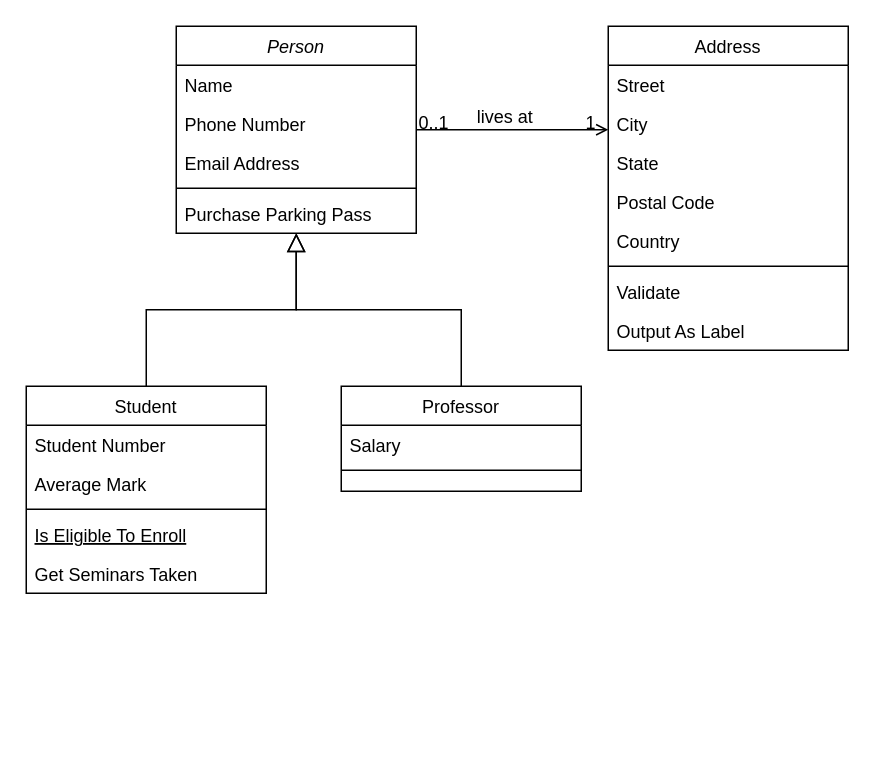
Before: 未命名绘图.drawio in YuanyaoZHU/StaticAnalysis, a draw.io diagram. Source tidied: cells renumbered, new cells numbered last; positions are measured from the earlier drawing's top-left corner, leaving out a move shared by most shapes. Both pictures are drawn from the tidied source at 150%, with x=0, y=0 at pixel (26, 26).
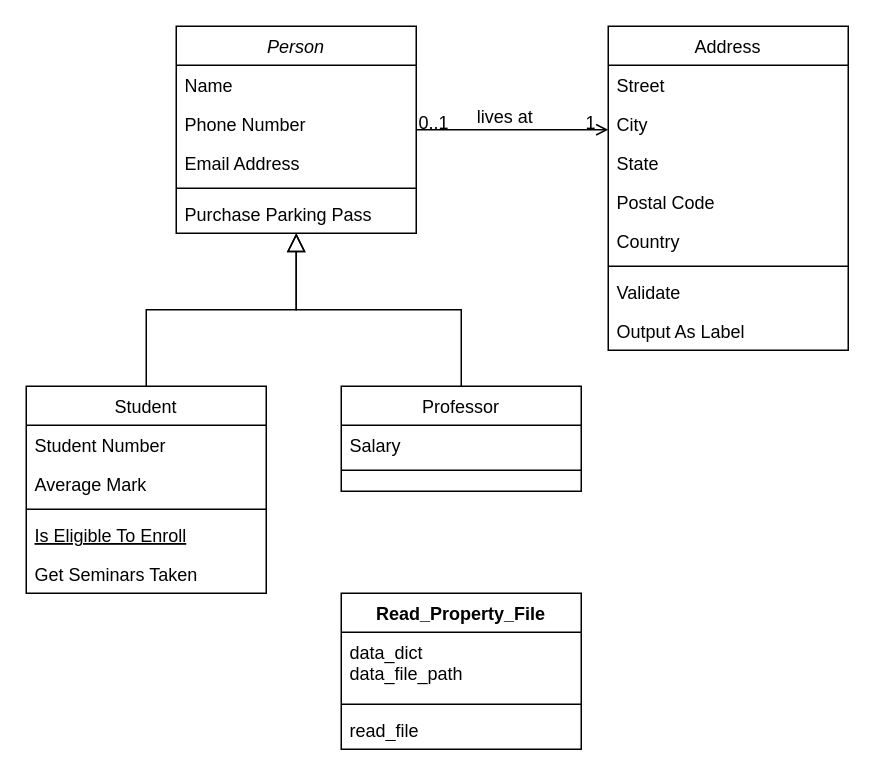
Above is the later version.

Diff of the diagram source:
```diff
@@
+    <mxCell id="32" value="Read_Property_File" style="swimlane;fontStyle=1;align=center;verticalAlign=top;horizontal=1;startSize=26;whiteSpace=wrap;html=1;" parent="1" vertex="1">
+      <mxGeometry x="210" y="378" width="160" height="104" as="geometry" />
+    </mxCell>
+    <mxCell id="33" value="data_dict&lt;div&gt;data_file_path&lt;/div&gt;" style="text;strokeColor=none;fillColor=none;align=left;verticalAlign=top;spacingLeft=4;spacingRight=4;overflow=hidden;whiteSpace=wrap;html=1;" parent="32" vertex="1">
+      <mxGeometry y="26" width="160" height="44" as="geometry" />
+    </mxCell>
+    <mxCell id="34" style="line;strokeWidth=1;fillColor=none;align=left;verticalAlign=middle;spacingTop=-1;spacingLeft=3;spacingRight=3;labelPosition=right;strokeColor=inherit;" parent="32" vertex="1">
+      <mxGeometry y="70" width="160" height="8" as="geometry" />
+    </mxCell>
+    <mxCell id="35" value="read_file" style="text;strokeColor=none;fillColor=none;align=left;verticalAlign=top;spacingLeft=4;spacingRight=4;overflow=hidden;whiteSpace=wrap;html=1;" parent="32" vertex="1">
+      <mxGeometry y="78" width="160" height="26" as="geometry" />
+    </mxCell>
```
